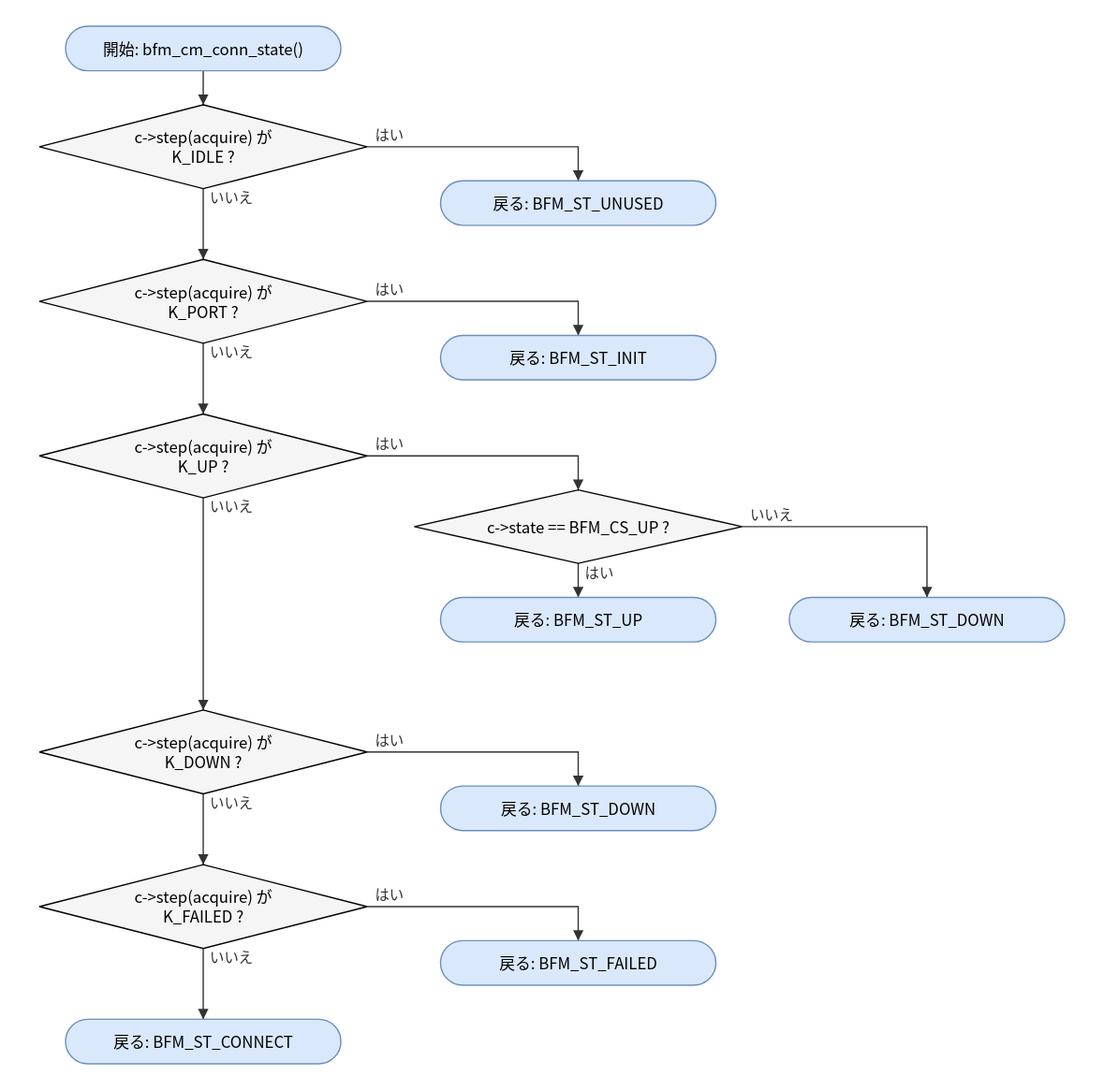
Above: doc/spec/images/flow_src_bfm_cm-bfm_cm_conn_state.drawio.svg in hf355051012-ai/bfmem (draw.io), before the change. Source tidied: cells renumbered, new cells last; positions are measured from the earlier drawing's top-left corner, leaving out a move shared by most shapes. Its diagram source:
```xml
<mxGraphModel>
  <root>
    <mxCell id="0" />
    <mxCell id="1" parent="0" />
    <mxCell id="2" value="開始: bfm_cm_conn_state()" style="rounded=1;arcSize=50;whiteSpace=wrap;html=1;fillColor=#dae8fc;strokeColor=#6c8ebf;" parent="1" vertex="1">
      <mxGeometry x="20" width="210" height="34" as="geometry" />
    </mxCell>
    <mxCell id="3" value="c-&amp;gt;step(acquire) が&lt;br&gt;K_IDLE ?" style="rhombus;whiteSpace=wrap;html=1;fillColor=#f5f5f5;" parent="1" vertex="1">
      <mxGeometry y="60" width="250" height="64" as="geometry" />
    </mxCell>
    <mxCell id="4" value="戻る: BFM_ST_UNUSED" style="rounded=1;arcSize=50;whiteSpace=wrap;html=1;fillColor=#dae8fc;strokeColor=#6c8ebf;" parent="1" vertex="1">
      <mxGeometry x="306" y="118" width="210" height="34" as="geometry" />
    </mxCell>
    <mxCell id="5" value="c-&amp;gt;step(acquire) が&lt;br&gt;K_PORT ?" style="rhombus;whiteSpace=wrap;html=1;fillColor=#f5f5f5;" parent="1" vertex="1">
      <mxGeometry y="178" width="250" height="64" as="geometry" />
    </mxCell>
    <mxCell id="6" value="戻る: BFM_ST_INIT" style="rounded=1;arcSize=50;whiteSpace=wrap;html=1;fillColor=#dae8fc;strokeColor=#6c8ebf;" parent="1" vertex="1">
      <mxGeometry x="306" y="236" width="210" height="34" as="geometry" />
    </mxCell>
    <mxCell id="7" value="c-&amp;gt;step(acquire) が&lt;br&gt;K_UP ?" style="rhombus;whiteSpace=wrap;html=1;fillColor=#f5f5f5;" parent="1" vertex="1">
      <mxGeometry y="296" width="250" height="64" as="geometry" />
    </mxCell>
    <mxCell id="8" value="c-&amp;gt;state == BFM_CS_UP ?" style="rhombus;whiteSpace=wrap;html=1;fillColor=#f5f5f5;" parent="1" vertex="1">
      <mxGeometry x="286" y="354" width="250" height="56" as="geometry" />
    </mxCell>
    <mxCell id="9" value="戻る: BFM_ST_UP" style="rounded=1;arcSize=50;whiteSpace=wrap;html=1;fillColor=#dae8fc;strokeColor=#6c8ebf;" parent="1" vertex="1">
      <mxGeometry x="306" y="436" width="210" height="34" as="geometry" />
    </mxCell>
    <mxCell id="10" value="戻る: BFM_ST_DOWN" style="rounded=1;arcSize=50;whiteSpace=wrap;html=1;fillColor=#dae8fc;strokeColor=#6c8ebf;" parent="1" vertex="1">
      <mxGeometry x="572" y="436" width="210" height="34" as="geometry" />
    </mxCell>
    <mxCell id="11" value="c-&amp;gt;step(acquire) が&lt;br&gt;K_DOWN ?" style="rhombus;whiteSpace=wrap;html=1;fillColor=#f5f5f5;" parent="1" vertex="1">
      <mxGeometry y="522" width="250" height="64" as="geometry" />
    </mxCell>
    <mxCell id="12" value="戻る: BFM_ST_DOWN" style="rounded=1;arcSize=50;whiteSpace=wrap;html=1;fillColor=#dae8fc;strokeColor=#6c8ebf;" parent="1" vertex="1">
      <mxGeometry x="306" y="580" width="210" height="34" as="geometry" />
    </mxCell>
    <mxCell id="13" value="c-&amp;gt;step(acquire) が&lt;br&gt;K_FAILED ?" style="rhombus;whiteSpace=wrap;html=1;fillColor=#f5f5f5;" parent="1" vertex="1">
      <mxGeometry y="640" width="250" height="64" as="geometry" />
    </mxCell>
    <mxCell id="14" value="戻る: BFM_ST_FAILED" style="rounded=1;arcSize=50;whiteSpace=wrap;html=1;fillColor=#dae8fc;strokeColor=#6c8ebf;" parent="1" vertex="1">
      <mxGeometry x="306" y="698" width="210" height="34" as="geometry" />
    </mxCell>
    <mxCell id="15" value="戻る: BFM_ST_CONNECT" style="rounded=1;arcSize=50;whiteSpace=wrap;html=1;fillColor=#dae8fc;strokeColor=#6c8ebf;" parent="1" vertex="1">
      <mxGeometry x="20" y="758" width="210" height="34" as="geometry" />
    </mxCell>
    <mxCell id="16" style="edgeStyle=none;html=1;rounded=0;endArrow=block;endFill=1;exitX=0.5000;exitY=1.0000;exitDx=0;exitDy=0;exitPerimeter=0;entryX=0.5000;entryY=0.0000;entryDx=0;entryDy=0;entryPerimeter=0;" parent="1" edge="1" source="2" target="3">
      <mxGeometry relative="1" as="geometry" />
    </mxCell>
    <mxCell id="17" value="はい" style="edgeStyle=none;html=1;rounded=0;endArrow=block;endFill=1;exitX=1.0000;exitY=0.5000;exitDx=0;exitDy=0;exitPerimeter=0;entryX=0.5000;entryY=0.0000;entryDx=0;entryDy=0;entryPerimeter=0;" parent="1" edge="1" source="3" target="4">
      <mxGeometry relative="1" as="geometry">
        <Array as="points">
          <mxPoint x="411" y="92" />
        </Array>
      </mxGeometry>
    </mxCell>
    <mxCell id="18" value="いいえ" style="edgeStyle=none;html=1;rounded=0;endArrow=block;endFill=1;exitX=0.5000;exitY=1.0000;exitDx=0;exitDy=0;exitPerimeter=0;entryX=0.5000;entryY=0.0000;entryDx=0;entryDy=0;entryPerimeter=0;" parent="1" edge="1" source="3" target="5">
      <mxGeometry relative="1" as="geometry" />
    </mxCell>
    <mxCell id="19" value="はい" style="edgeStyle=none;html=1;rounded=0;endArrow=block;endFill=1;exitX=1.0000;exitY=0.5000;exitDx=0;exitDy=0;exitPerimeter=0;entryX=0.5000;entryY=0.0000;entryDx=0;entryDy=0;entryPerimeter=0;" parent="1" edge="1" source="5" target="6">
      <mxGeometry relative="1" as="geometry">
        <Array as="points">
          <mxPoint x="411" y="210" />
        </Array>
      </mxGeometry>
    </mxCell>
    <mxCell id="20" value="いいえ" style="edgeStyle=none;html=1;rounded=0;endArrow=block;endFill=1;exitX=0.5000;exitY=1.0000;exitDx=0;exitDy=0;exitPerimeter=0;entryX=0.5000;entryY=0.0000;entryDx=0;entryDy=0;entryPerimeter=0;" parent="1" edge="1" source="5" target="7">
      <mxGeometry relative="1" as="geometry" />
    </mxCell>
    <mxCell id="21" value="はい" style="edgeStyle=none;html=1;rounded=0;endArrow=block;endFill=1;exitX=1.0000;exitY=0.5000;exitDx=0;exitDy=0;exitPerimeter=0;entryX=0.5000;entryY=0.0000;entryDx=0;entryDy=0;entryPerimeter=0;" parent="1" edge="1" source="7" target="8">
      <mxGeometry relative="1" as="geometry">
        <Array as="points">
          <mxPoint x="411" y="328" />
        </Array>
      </mxGeometry>
    </mxCell>
    <mxCell id="22" value="はい" style="edgeStyle=none;html=1;rounded=0;endArrow=block;endFill=1;exitX=0.5000;exitY=1.0000;exitDx=0;exitDy=0;exitPerimeter=0;entryX=0.5000;entryY=0.0000;entryDx=0;entryDy=0;entryPerimeter=0;" parent="1" edge="1" source="8" target="9">
      <mxGeometry relative="1" as="geometry" />
    </mxCell>
    <mxCell id="23" value="いいえ" style="edgeStyle=none;html=1;rounded=0;endArrow=block;endFill=1;exitX=1.0000;exitY=0.5000;exitDx=0;exitDy=0;exitPerimeter=0;entryX=0.5000;entryY=0.0000;entryDx=0;entryDy=0;entryPerimeter=0;" parent="1" edge="1" source="8" target="10">
      <mxGeometry relative="1" as="geometry">
        <Array as="points">
          <mxPoint x="677" y="382" />
        </Array>
      </mxGeometry>
    </mxCell>
    <mxCell id="24" value="いいえ" style="edgeStyle=none;html=1;rounded=0;endArrow=block;endFill=1;exitX=0.5000;exitY=1.0000;exitDx=0;exitDy=0;exitPerimeter=0;entryX=0.5000;entryY=0.0000;entryDx=0;entryDy=0;entryPerimeter=0;" parent="1" edge="1" source="7" target="11">
      <mxGeometry relative="1" as="geometry" />
    </mxCell>
    <mxCell id="25" value="はい" style="edgeStyle=none;html=1;rounded=0;endArrow=block;endFill=1;exitX=1.0000;exitY=0.5000;exitDx=0;exitDy=0;exitPerimeter=0;entryX=0.5000;entryY=0.0000;entryDx=0;entryDy=0;entryPerimeter=0;" parent="1" edge="1" source="11" target="12">
      <mxGeometry relative="1" as="geometry">
        <Array as="points">
          <mxPoint x="411" y="554" />
        </Array>
      </mxGeometry>
    </mxCell>
    <mxCell id="26" value="いいえ" style="edgeStyle=none;html=1;rounded=0;endArrow=block;endFill=1;exitX=0.5000;exitY=1.0000;exitDx=0;exitDy=0;exitPerimeter=0;entryX=0.5000;entryY=0.0000;entryDx=0;entryDy=0;entryPerimeter=0;" parent="1" edge="1" source="11" target="13">
      <mxGeometry relative="1" as="geometry" />
    </mxCell>
    <mxCell id="27" value="はい" style="edgeStyle=none;html=1;rounded=0;endArrow=block;endFill=1;exitX=1.0000;exitY=0.5000;exitDx=0;exitDy=0;exitPerimeter=0;entryX=0.5000;entryY=0.0000;entryDx=0;entryDy=0;entryPerimeter=0;" parent="1" edge="1" source="13" target="14">
      <mxGeometry relative="1" as="geometry">
        <Array as="points">
          <mxPoint x="411" y="672" />
        </Array>
      </mxGeometry>
    </mxCell>
    <mxCell id="28" value="いいえ" style="edgeStyle=none;html=1;rounded=0;endArrow=block;endFill=1;exitX=0.5000;exitY=1.0000;exitDx=0;exitDy=0;exitPerimeter=0;entryX=0.5000;entryY=0.0000;entryDx=0;entryDy=0;entryPerimeter=0;" parent="1" edge="1" source="13" target="15">
      <mxGeometry relative="1" as="geometry" />
    </mxCell>
  </root>
</mxGraphModel>
```
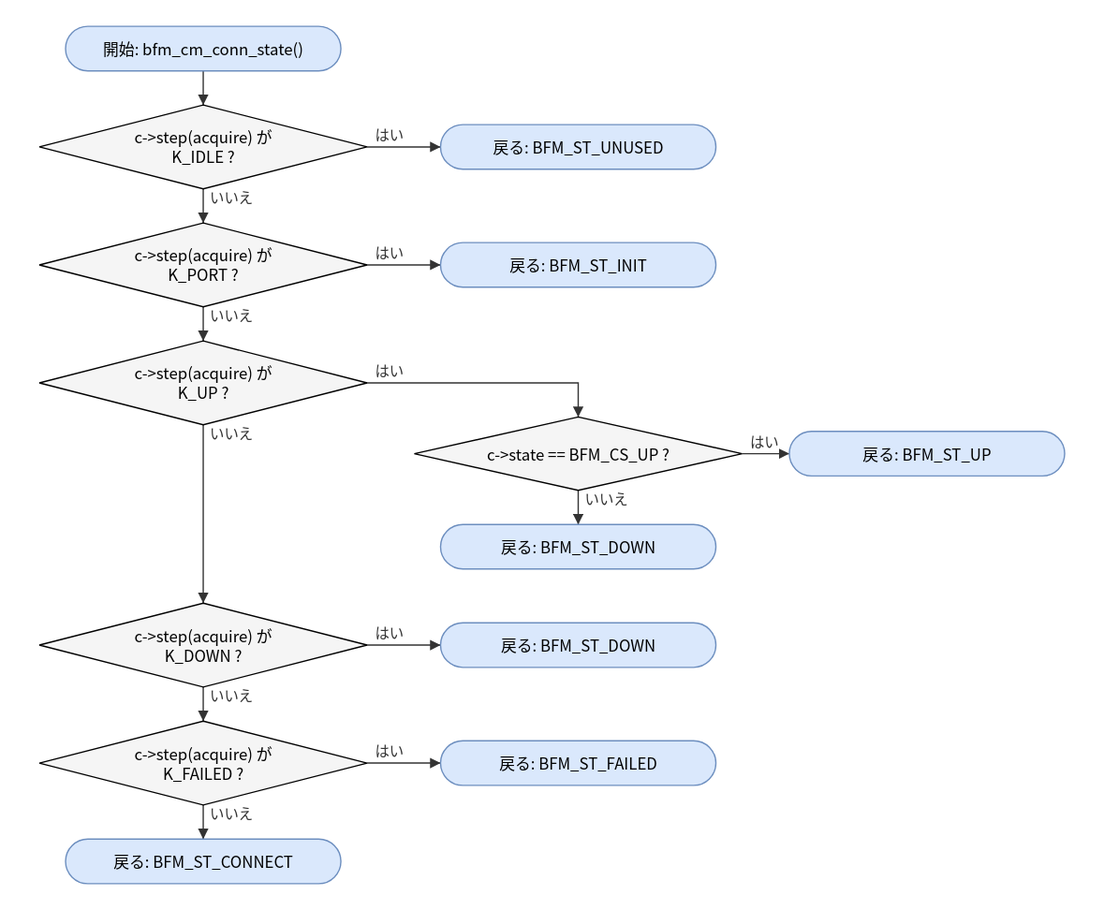
Later version of the same file.

The edit, as a diff of the source:
```diff
@@ -9,60 +9,52 @@
       <mxGeometry y="60" width="250" height="64" as="geometry" />
     </mxCell>
     <mxCell id="4" value="戻る: BFM_ST_UNUSED" style="rounded=1;arcSize=50;whiteSpace=wrap;html=1;fillColor=#dae8fc;strokeColor=#6c8ebf;" parent="1" vertex="1">
-      <mxGeometry x="306" y="118" width="210" height="34" as="geometry" />
+      <mxGeometry x="306" y="75" width="210" height="34" as="geometry" />
     </mxCell>
     <mxCell id="5" value="c-&amp;gt;step(acquire) が&lt;br&gt;K_PORT ?" style="rhombus;whiteSpace=wrap;html=1;fillColor=#f5f5f5;" parent="1" vertex="1">
-      <mxGeometry y="178" width="250" height="64" as="geometry" />
+      <mxGeometry y="150" width="250" height="64" as="geometry" />
     </mxCell>
     <mxCell id="6" value="戻る: BFM_ST_INIT" style="rounded=1;arcSize=50;whiteSpace=wrap;html=1;fillColor=#dae8fc;strokeColor=#6c8ebf;" parent="1" vertex="1">
-      <mxGeometry x="306" y="236" width="210" height="34" as="geometry" />
+      <mxGeometry x="306" y="165" width="210" height="34" as="geometry" />
     </mxCell>
     <mxCell id="7" value="c-&amp;gt;step(acquire) が&lt;br&gt;K_UP ?" style="rhombus;whiteSpace=wrap;html=1;fillColor=#f5f5f5;" parent="1" vertex="1">
-      <mxGeometry y="296" width="250" height="64" as="geometry" />
+      <mxGeometry y="240" width="250" height="64" as="geometry" />
     </mxCell>
     <mxCell id="8" value="c-&amp;gt;state == BFM_CS_UP ?" style="rhombus;whiteSpace=wrap;html=1;fillColor=#f5f5f5;" parent="1" vertex="1">
-      <mxGeometry x="286" y="354" width="250" height="56" as="geometry" />
+      <mxGeometry x="286" y="298" width="250" height="56" as="geometry" />
     </mxCell>
     <mxCell id="9" value="戻る: BFM_ST_UP" style="rounded=1;arcSize=50;whiteSpace=wrap;html=1;fillColor=#dae8fc;strokeColor=#6c8ebf;" parent="1" vertex="1">
-      <mxGeometry x="306" y="436" width="210" height="34" as="geometry" />
+      <mxGeometry x="572" y="309" width="210" height="34" as="geometry" />
     </mxCell>
     <mxCell id="10" value="戻る: BFM_ST_DOWN" style="rounded=1;arcSize=50;whiteSpace=wrap;html=1;fillColor=#dae8fc;strokeColor=#6c8ebf;" parent="1" vertex="1">
-      <mxGeometry x="572" y="436" width="210" height="34" as="geometry" />
+      <mxGeometry x="306" y="380" width="210" height="34" as="geometry" />
     </mxCell>
     <mxCell id="11" value="c-&amp;gt;step(acquire) が&lt;br&gt;K_DOWN ?" style="rhombus;whiteSpace=wrap;html=1;fillColor=#f5f5f5;" parent="1" vertex="1">
-      <mxGeometry y="522" width="250" height="64" as="geometry" />
+      <mxGeometry y="440" width="250" height="64" as="geometry" />
     </mxCell>
     <mxCell id="12" value="戻る: BFM_ST_DOWN" style="rounded=1;arcSize=50;whiteSpace=wrap;html=1;fillColor=#dae8fc;strokeColor=#6c8ebf;" parent="1" vertex="1">
-      <mxGeometry x="306" y="580" width="210" height="34" as="geometry" />
+      <mxGeometry x="306" y="455" width="210" height="34" as="geometry" />
     </mxCell>
     <mxCell id="13" value="c-&amp;gt;step(acquire) が&lt;br&gt;K_FAILED ?" style="rhombus;whiteSpace=wrap;html=1;fillColor=#f5f5f5;" parent="1" vertex="1">
-      <mxGeometry y="640" width="250" height="64" as="geometry" />
+      <mxGeometry y="530" width="250" height="64" as="geometry" />
     </mxCell>
     <mxCell id="14" value="戻る: BFM_ST_FAILED" style="rounded=1;arcSize=50;whiteSpace=wrap;html=1;fillColor=#dae8fc;strokeColor=#6c8ebf;" parent="1" vertex="1">
-      <mxGeometry x="306" y="698" width="210" height="34" as="geometry" />
+      <mxGeometry x="306" y="545" width="210" height="34" as="geometry" />
     </mxCell>
     <mxCell id="15" value="戻る: BFM_ST_CONNECT" style="rounded=1;arcSize=50;whiteSpace=wrap;html=1;fillColor=#dae8fc;strokeColor=#6c8ebf;" parent="1" vertex="1">
-      <mxGeometry x="20" y="758" width="210" height="34" as="geometry" />
+      <mxGeometry x="20" y="620" width="210" height="34" as="geometry" />
     </mxCell>
     <mxCell id="16" style="edgeStyle=none;html=1;rounded=0;endArrow=block;endFill=1;exitX=0.5000;exitY=1.0000;exitDx=0;exitDy=0;exitPerimeter=0;entryX=0.5000;entryY=0.0000;entryDx=0;entryDy=0;entryPerimeter=0;" parent="1" edge="1" source="2" target="3">
       <mxGeometry relative="1" as="geometry" />
     </mxCell>
-    <mxCell id="17" value="はい" style="edgeStyle=none;html=1;rounded=0;endArrow=block;endFill=1;exitX=1.0000;exitY=0.5000;exitDx=0;exitDy=0;exitPerimeter=0;entryX=0.5000;entryY=0.0000;entryDx=0;entryDy=0;entryPerimeter=0;" parent="1" edge="1" source="3" target="4">
-      <mxGeometry relative="1" as="geometry">
-        <Array as="points">
-          <mxPoint x="411" y="92" />
-        </Array>
-      </mxGeometry>
+    <mxCell id="17" value="はい" style="edgeStyle=none;html=1;rounded=0;endArrow=block;endFill=1;exitX=1.0000;exitY=0.5000;exitDx=0;exitDy=0;exitPerimeter=0;entryX=0.0000;entryY=0.5000;entryDx=0;entryDy=0;entryPerimeter=0;" parent="1" edge="1" source="3" target="4">
+      <mxGeometry relative="1" as="geometry" />
     </mxCell>
     <mxCell id="18" value="いいえ" style="edgeStyle=none;html=1;rounded=0;endArrow=block;endFill=1;exitX=0.5000;exitY=1.0000;exitDx=0;exitDy=0;exitPerimeter=0;entryX=0.5000;entryY=0.0000;entryDx=0;entryDy=0;entryPerimeter=0;" parent="1" edge="1" source="3" target="5">
       <mxGeometry relative="1" as="geometry" />
     </mxCell>
-    <mxCell id="19" value="はい" style="edgeStyle=none;html=1;rounded=0;endArrow=block;endFill=1;exitX=1.0000;exitY=0.5000;exitDx=0;exitDy=0;exitPerimeter=0;entryX=0.5000;entryY=0.0000;entryDx=0;entryDy=0;entryPerimeter=0;" parent="1" edge="1" source="5" target="6">
-      <mxGeometry relative="1" as="geometry">
-        <Array as="points">
-          <mxPoint x="411" y="210" />
-        </Array>
-      </mxGeometry>
+    <mxCell id="19" value="はい" style="edgeStyle=none;html=1;rounded=0;endArrow=block;endFill=1;exitX=1.0000;exitY=0.5000;exitDx=0;exitDy=0;exitPerimeter=0;entryX=0.0000;entryY=0.5000;entryDx=0;entryDy=0;entryPerimeter=0;" parent="1" edge="1" source="5" target="6">
+      <mxGeometry relative="1" as="geometry" />
     </mxCell>
     <mxCell id="20" value="いいえ" style="edgeStyle=none;html=1;rounded=0;endArrow=block;endFill=1;exitX=0.5000;exitY=1.0000;exitDx=0;exitDy=0;exitPerimeter=0;entryX=0.5000;entryY=0.0000;entryDx=0;entryDy=0;entryPerimeter=0;" parent="1" edge="1" source="5" target="7">
       <mxGeometry relative="1" as="geometry" />
@@ -70,39 +62,27 @@
     <mxCell id="21" value="はい" style="edgeStyle=none;html=1;rounded=0;endArrow=block;endFill=1;exitX=1.0000;exitY=0.5000;exitDx=0;exitDy=0;exitPerimeter=0;entryX=0.5000;entryY=0.0000;entryDx=0;entryDy=0;entryPerimeter=0;" parent="1" edge="1" source="7" target="8">
       <mxGeometry relative="1" as="geometry">
         <Array as="points">
-          <mxPoint x="411" y="328" />
+          <mxPoint x="411" y="272" />
         </Array>
       </mxGeometry>
     </mxCell>
-    <mxCell id="22" value="はい" style="edgeStyle=none;html=1;rounded=0;endArrow=block;endFill=1;exitX=0.5000;exitY=1.0000;exitDx=0;exitDy=0;exitPerimeter=0;entryX=0.5000;entryY=0.0000;entryDx=0;entryDy=0;entryPerimeter=0;" parent="1" edge="1" source="8" target="9">
+    <mxCell id="22" value="はい" style="edgeStyle=none;html=1;rounded=0;endArrow=block;endFill=1;exitX=1.0000;exitY=0.5000;exitDx=0;exitDy=0;exitPerimeter=0;entryX=0.0000;entryY=0.5000;entryDx=0;entryDy=0;entryPerimeter=0;" parent="1" edge="1" source="8" target="9">
       <mxGeometry relative="1" as="geometry" />
     </mxCell>
-    <mxCell id="23" value="いいえ" style="edgeStyle=none;html=1;rounded=0;endArrow=block;endFill=1;exitX=1.0000;exitY=0.5000;exitDx=0;exitDy=0;exitPerimeter=0;entryX=0.5000;entryY=0.0000;entryDx=0;entryDy=0;entryPerimeter=0;" parent="1" edge="1" source="8" target="10">
-      <mxGeometry relative="1" as="geometry">
-        <Array as="points">
-          <mxPoint x="677" y="382" />
-        </Array>
-      </mxGeometry>
+    <mxCell id="23" value="いいえ" style="edgeStyle=none;html=1;rounded=0;endArrow=block;endFill=1;exitX=0.5000;exitY=1.0000;exitDx=0;exitDy=0;exitPerimeter=0;entryX=0.5000;entryY=0.0000;entryDx=0;entryDy=0;entryPerimeter=0;" parent="1" edge="1" source="8" target="10">
+      <mxGeometry relative="1" as="geometry" />
     </mxCell>
     <mxCell id="24" value="いいえ" style="edgeStyle=none;html=1;rounded=0;endArrow=block;endFill=1;exitX=0.5000;exitY=1.0000;exitDx=0;exitDy=0;exitPerimeter=0;entryX=0.5000;entryY=0.0000;entryDx=0;entryDy=0;entryPerimeter=0;" parent="1" edge="1" source="7" target="11">
       <mxGeometry relative="1" as="geometry" />
     </mxCell>
-    <mxCell id="25" value="はい" style="edgeStyle=none;html=1;rounded=0;endArrow=block;endFill=1;exitX=1.0000;exitY=0.5000;exitDx=0;exitDy=0;exitPerimeter=0;entryX=0.5000;entryY=0.0000;entryDx=0;entryDy=0;entryPerimeter=0;" parent="1" edge="1" source="11" target="12">
-      <mxGeometry relative="1" as="geometry">
-        <Array as="points">
-          <mxPoint x="411" y="554" />
-        </Array>
-      </mxGeometry>
+    <mxCell id="25" value="はい" style="edgeStyle=none;html=1;rounded=0;endArrow=block;endFill=1;exitX=1.0000;exitY=0.5000;exitDx=0;exitDy=0;exitPerimeter=0;entryX=0.0000;entryY=0.5000;entryDx=0;entryDy=0;entryPerimeter=0;" parent="1" edge="1" source="11" target="12">
+      <mxGeometry relative="1" as="geometry" />
     </mxCell>
     <mxCell id="26" value="いいえ" style="edgeStyle=none;html=1;rounded=0;endArrow=block;endFill=1;exitX=0.5000;exitY=1.0000;exitDx=0;exitDy=0;exitPerimeter=0;entryX=0.5000;entryY=0.0000;entryDx=0;entryDy=0;entryPerimeter=0;" parent="1" edge="1" source="11" target="13">
       <mxGeometry relative="1" as="geometry" />
     </mxCell>
-    <mxCell id="27" value="はい" style="edgeStyle=none;html=1;rounded=0;endArrow=block;endFill=1;exitX=1.0000;exitY=0.5000;exitDx=0;exitDy=0;exitPerimeter=0;entryX=0.5000;entryY=0.0000;entryDx=0;entryDy=0;entryPerimeter=0;" parent="1" edge="1" source="13" target="14">
-      <mxGeometry relative="1" as="geometry">
-        <Array as="points">
-          <mxPoint x="411" y="672" />
-        </Array>
-      </mxGeometry>
+    <mxCell id="27" value="はい" style="edgeStyle=none;html=1;rounded=0;endArrow=block;endFill=1;exitX=1.0000;exitY=0.5000;exitDx=0;exitDy=0;exitPerimeter=0;entryX=0.0000;entryY=0.5000;entryDx=0;entryDy=0;entryPerimeter=0;" parent="1" edge="1" source="13" target="14">
+      <mxGeometry relative="1" as="geometry" />
     </mxCell>
     <mxCell id="28" value="いいえ" style="edgeStyle=none;html=1;rounded=0;endArrow=block;endFill=1;exitX=0.5000;exitY=1.0000;exitDx=0;exitDy=0;exitPerimeter=0;entryX=0.5000;entryY=0.0000;entryDx=0;entryDy=0;entryPerimeter=0;" parent="1" edge="1" source="13" target="15">
       <mxGeometry relative="1" as="geometry" />
```
